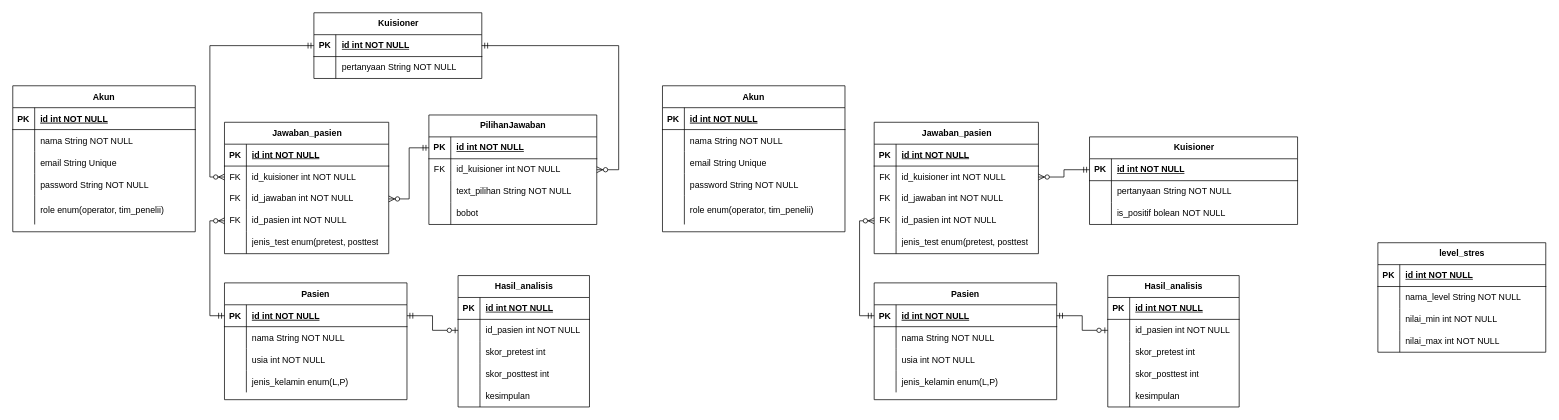
Earlier version of the draw.io diagram Untitled Diagram.drawio (zzarr/Tugas-Akhir). Source tidied: cells renumbered, new cells numbered last; positions are measured from the earlier drawing's top-left corner, leaving out a move shared by most shapes. Both pictures are drawn from the tidied source at 73%, with x=0, y=0 at pixel (12, 12).
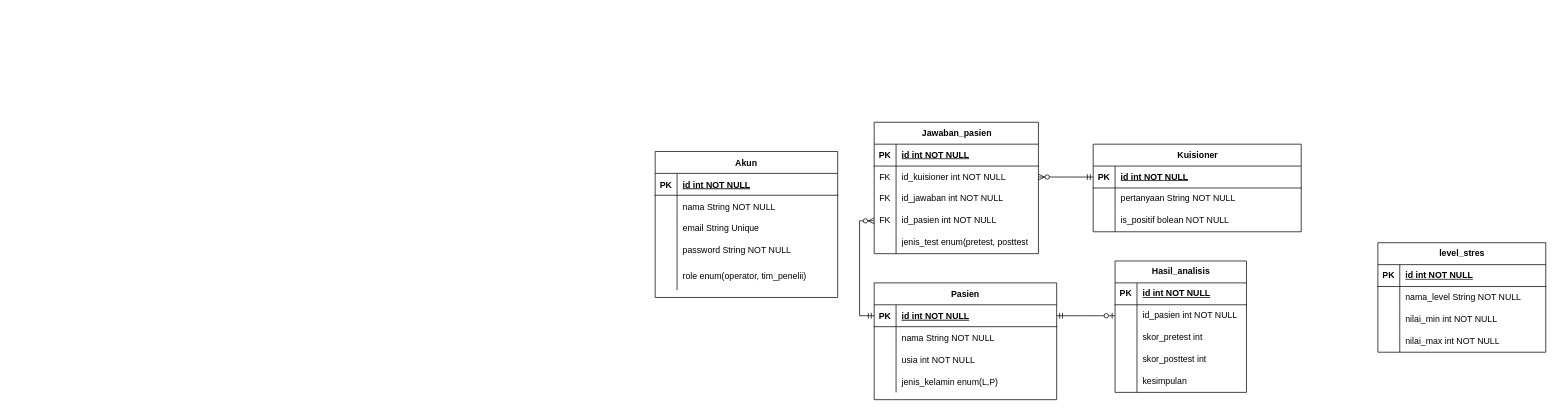
The same page after the edit.

The edit, as a diff of the source:
```diff
@@
-    <mxCell id="2" value="Pasien" style="shape=table;startSize=30;childLayout=tableLayout;rowLines=0;fontStyle=1;align=center;" parent="1" vertex="1">
-      <mxGeometry x="290" y="370" width="250" height="160" as="geometry" />
-    </mxCell>
-    <mxCell id="3" style="shape=partialRectangle;fillColor=none;points=[[0,0.5],[1,0.5]];portConstraint=eastwest;top=0;left=0;right=0;bottom=1;" parent="2" vertex="1">
-      <mxGeometry y="30" width="250" height="30" as="geometry" />
-    </mxCell>
-    <mxCell id="4" value="PK" style="shape=partialRectangle;overflow=hidden;fillColor=none;top=0;left=0;bottom=0;right=0;fontStyle=1;" parent="3" vertex="1">
-      <mxGeometry width="30" height="30" as="geometry" />
-    </mxCell>
-    <mxCell id="5" value="id int NOT NULL" style="shape=partialRectangle;overflow=hidden;fillColor=none;top=0;left=0;bottom=0;right=0;align=left;spacingLeft=6;fontStyle=5;" parent="3" vertex="1">
-      <mxGeometry x="30" width="220" height="30" as="geometry" />
-    </mxCell>
-    <mxCell id="6" style="shape=partialRectangle;fillColor=none;top=0;left=0;right=0;bottom=0;" parent="2" vertex="1">
-      <mxGeometry y="60" width="250" height="30" as="geometry" />
-    </mxCell>
-    <mxCell id="7" style="shape=partialRectangle;overflow=hidden;fillColor=none;top=0;left=0;bottom=0;right=0;" parent="6" vertex="1">
-      <mxGeometry width="30" height="30" as="geometry" />
-    </mxCell>
-    <mxCell id="8" value="nama String NOT NULL" style="shape=partialRectangle;overflow=hidden;fillColor=none;top=0;left=0;bottom=0;right=0;align=left;spacingLeft=6;" parent="6" vertex="1">
-      <mxGeometry x="30" width="220" height="30" as="geometry" />
-    </mxCell>
-    <mxCell id="9" style="shape=partialRectangle;fillColor=none;top=0;left=0;right=0;bottom=0;" parent="2" vertex="1">
-      <mxGeometry y="90" width="250" height="30" as="geometry" />
-    </mxCell>
-    <mxCell id="10" style="shape=partialRectangle;overflow=hidden;fillColor=none;top=0;left=0;bottom=0;right=0;" parent="9" vertex="1">
-      <mxGeometry width="30" height="30" as="geometry" />
-    </mxCell>
-    <mxCell id="11" value="usia int NOT NULL" style="shape=partialRectangle;overflow=hidden;fillColor=none;top=0;left=0;bottom=0;right=0;align=left;spacingLeft=6;" parent="9" vertex="1">
-      <mxGeometry x="30" width="220" height="30" as="geometry" />
-    </mxCell>
-    <mxCell id="12" style="shape=partialRectangle;fillColor=none;top=0;left=0;right=0;bottom=0;" parent="2" vertex="1">
-      <mxGeometry y="120" width="250" height="30" as="geometry" />
-    </mxCell>
-    <mxCell id="13" style="shape=partialRectangle;overflow=hidden;fillColor=none;top=0;left=0;bottom=0;right=0;" parent="12" vertex="1">
-      <mxGeometry width="30" height="30" as="geometry" />
-    </mxCell>
-    <mxCell id="14" value="jenis_kelamin enum(L,P)" style="shape=partialRectangle;overflow=hidden;fillColor=none;top=0;left=0;bottom=0;right=0;align=left;spacingLeft=6;" parent="12" vertex="1">
-      <mxGeometry x="30" width="220" height="30" as="geometry" />
-    </mxCell>
-    <mxCell id="15" value="Akun" style="shape=table;startSize=30;childLayout=tableLayout;rowLines=0;fontStyle=1;align=center;" parent="1" vertex="1">
-      <mxGeometry y="100" width="250" height="200" as="geometry" />
-    </mxCell>
-    <mxCell id="16" style="shape=partialRectangle;fillColor=none;top=0;left=0;right=0;bottom=1;" parent="15" vertex="1">
-      <mxGeometry y="30" width="250" height="30" as="geometry" />
-    </mxCell>
-    <mxCell id="17" value="PK" style="shape=partialRectangle;overflow=hidden;fillColor=none;top=0;left=0;bottom=0;right=0;fontStyle=1;" parent="16" vertex="1">
-      <mxGeometry width="30" height="30" as="geometry" />
-    </mxCell>
-    <mxCell id="18" value="id int NOT NULL" style="shape=partialRectangle;overflow=hidden;fillColor=none;top=0;left=0;bottom=0;right=0;align=left;spacingLeft=6;fontStyle=5;" parent="16" vertex="1">
-      <mxGeometry x="30" width="220" height="30" as="geometry" />
-    </mxCell>
-    <mxCell id="19" style="shape=partialRectangle;fillColor=none;top=0;left=0;right=0;bottom=0;" parent="15" vertex="1">
-      <mxGeometry y="60" width="250" height="30" as="geometry" />
-    </mxCell>
-    <mxCell id="20" style="shape=partialRectangle;overflow=hidden;fillColor=none;top=0;left=0;bottom=0;right=0;" parent="19" vertex="1">
-      <mxGeometry width="30" height="30" as="geometry" />
-    </mxCell>
-    <mxCell id="21" value="nama String NOT NULL" style="shape=partialRectangle;overflow=hidden;fillColor=none;top=0;left=0;bottom=0;right=0;align=left;spacingLeft=6;" parent="19" vertex="1">
-      <mxGeometry x="30" width="220" height="30" as="geometry" />
-    </mxCell>
-    <mxCell id="22" style="shape=partialRectangle;fillColor=none;top=0;left=0;right=0;bottom=0;" parent="15" vertex="1">
-      <mxGeometry y="90" width="250" height="30" as="geometry" />
-    </mxCell>
-    <mxCell id="23" style="shape=partialRectangle;overflow=hidden;fillColor=none;top=0;left=0;bottom=0;right=0;" parent="22" vertex="1">
-      <mxGeometry width="30" height="30" as="geometry" />
-    </mxCell>
-    <mxCell id="24" value="email String Unique" style="shape=partialRectangle;overflow=hidden;fillColor=none;top=0;left=0;bottom=0;right=0;align=left;spacingLeft=6;" parent="22" vertex="1">
-      <mxGeometry x="30" width="220" height="30" as="geometry" />
-    </mxCell>
-    <mxCell id="25" style="shape=partialRectangle;fillColor=none;top=0;left=0;right=0;bottom=0;" parent="15" vertex="1">
-      <mxGeometry y="120" width="250" height="30" as="geometry" />
-    </mxCell>
-    <mxCell id="26" style="shape=partialRectangle;overflow=hidden;fillColor=none;top=0;left=0;bottom=0;right=0;" parent="25" vertex="1">
-      <mxGeometry width="30" height="30" as="geometry" />
-    </mxCell>
-    <mxCell id="27" value="password String NOT NULL" style="shape=partialRectangle;overflow=hidden;fillColor=none;top=0;left=0;bottom=0;right=0;align=left;spacingLeft=6;" parent="25" vertex="1">
-      <mxGeometry x="30" width="220" height="30" as="geometry" />
-    </mxCell>
-    <mxCell id="28" style="shape=partialRectangle;fillColor=none;top=0;left=0;right=0;bottom=0;" parent="15" vertex="1">
-      <mxGeometry y="150" width="250" height="40" as="geometry" />
-    </mxCell>
-    <mxCell id="29" style="shape=partialRectangle;overflow=hidden;fillColor=none;top=0;left=0;bottom=0;right=0;" parent="28" vertex="1">
-      <mxGeometry width="30" height="40" as="geometry" />
-    </mxCell>
-    <mxCell id="30" value="role enum(operator, tim_penelii)" style="shape=partialRectangle;overflow=hidden;fillColor=none;top=0;left=0;bottom=0;right=0;align=left;spacingLeft=6;" parent="28" vertex="1">
-      <mxGeometry x="30" width="220" height="40" as="geometry" />
-    </mxCell>
-    <mxCell id="31" value="Kuisioner" style="shape=table;startSize=30;childLayout=tableLayout;rowLines=0;fontStyle=1;align=center;html=1;" parent="1" vertex="1">
-      <mxGeometry x="412.5" width="230" height="90" as="geometry" />
-    </mxCell>
-    <mxCell id="32" style="shape=tableRow;horizontal=0;startSize=0;swimlaneHead=0;swimlaneBody=0;fillColor=none;points=[[0,0.5],[1,0.5]];portConstraint=eastwest;top=0;left=0;right=0;bottom=1;" parent="31" vertex="1">
-      <mxGeometry y="30" width="230" height="30" as="geometry" />
-    </mxCell>
-    <mxCell id="33" value="PK" style="shape=partialRectangle;fillColor=none;top=0;left=0;bottom=0;right=0;fontStyle=1;overflow=hidden;whiteSpace=wrap;html=1;" parent="32" vertex="1">
-      <mxGeometry width="30" height="30" as="geometry" />
-    </mxCell>
-    <mxCell id="34" value="id int NOT NULL" style="shape=partialRectangle;fillColor=none;top=0;left=0;bottom=0;right=0;align=left;spacingLeft=6;fontStyle=5;overflow=hidden;whiteSpace=wrap;html=1;" parent="32" vertex="1">
-      <mxGeometry x="30" width="200" height="30" as="geometry" />
-    </mxCell>
-    <mxCell id="35" style="shape=tableRow;horizontal=0;startSize=0;swimlaneHead=0;swimlaneBody=0;fillColor=none;top=0;left=0;right=0;bottom=0;" parent="31" vertex="1">
-      <mxGeometry y="60" width="230" height="30" as="geometry" />
-    </mxCell>
-    <mxCell id="36" style="shape=partialRectangle;fillColor=none;top=0;left=0;bottom=0;right=0;overflow=hidden;whiteSpace=wrap;html=1;" parent="35" vertex="1">
-      <mxGeometry width="30" height="30" as="geometry" />
-    </mxCell>
-    <mxCell id="37" value="pertanyaan String NOT NULL" style="shape=partialRectangle;fillColor=none;top=0;left=0;bottom=0;right=0;align=left;spacingLeft=6;overflow=hidden;whiteSpace=wrap;html=1;" parent="35" vertex="1">
-      <mxGeometry x="30" width="200" height="30" as="geometry" />
-    </mxCell>
-    <mxCell id="38" value="PilihanJawaban" style="shape=table;startSize=30;childLayout=tableLayout;rowLines=0;fontStyle=1;align=center;html=1;" parent="1" vertex="1">
-      <mxGeometry x="570" y="140" width="230" height="150" as="geometry" />
-    </mxCell>
-    <mxCell id="39" style="shape=tableRow;horizontal=0;startSize=0;swimlaneHead=0;swimlaneBody=0;fillColor=none;points=[[0,0.5],[1,0.5]];portConstraint=eastwest;top=0;left=0;right=0;bottom=1;" parent="38" vertex="1">
-      <mxGeometry y="30" width="230" height="30" as="geometry" />
-    </mxCell>
-    <mxCell id="40" value="PK" style="shape=partialRectangle;fillColor=none;top=0;left=0;bottom=0;right=0;fontStyle=1;overflow=hidden;whiteSpace=wrap;html=1;" parent="39" vertex="1">
-      <mxGeometry width="30" height="30" as="geometry" />
-    </mxCell>
-    <mxCell id="41" value="id int NOT NULL" style="shape=partialRectangle;fillColor=none;top=0;left=0;bottom=0;right=0;align=left;spacingLeft=6;fontStyle=5;overflow=hidden;whiteSpace=wrap;html=1;" parent="39" vertex="1">
-      <mxGeometry x="30" width="200" height="30" as="geometry" />
-    </mxCell>
-    <mxCell id="42" style="shape=tableRow;horizontal=0;startSize=0;swimlaneHead=0;swimlaneBody=0;fillColor=none;points=[[0,0.5],[1,0.5]];portConstraint=eastwest;top=0;left=0;right=0;bottom=0;" parent="38" vertex="1">
-      <mxGeometry y="60" width="230" height="30" as="geometry" />
-    </mxCell>
-    <mxCell id="43" value="FK" style="shape=partialRectangle;fillColor=none;top=0;left=0;bottom=0;right=0;overflow=hidden;whiteSpace=wrap;html=1;" parent="42" vertex="1">
-      <mxGeometry width="30" height="30" as="geometry" />
-    </mxCell>
-    <mxCell id="44" value="id_kuisioner int NOT NULL" style="shape=partialRectangle;fillColor=none;top=0;left=0;bottom=0;right=0;align=left;spacingLeft=6;overflow=hidden;whiteSpace=wrap;html=1;" parent="42" vertex="1">
-      <mxGeometry x="30" width="200" height="30" as="geometry" />
-    </mxCell>
-    <mxCell id="45" style="shape=tableRow;horizontal=0;startSize=0;swimlaneHead=0;swimlaneBody=0;fillColor=none;top=0;left=0;right=0;bottom=0;" parent="38" vertex="1">
-      <mxGeometry y="90" width="230" height="30" as="geometry" />
-    </mxCell>
-    <mxCell id="46" style="shape=partialRectangle;fillColor=none;top=0;left=0;bottom=0;right=0;overflow=hidden;whiteSpace=wrap;html=1;" parent="45" vertex="1">
-      <mxGeometry width="30" height="30" as="geometry" />
-    </mxCell>
-    <mxCell id="47" value="text_pilihan String NOT NULL" style="shape=partialRectangle;fillColor=none;top=0;left=0;bottom=0;right=0;align=left;spacingLeft=6;overflow=hidden;whiteSpace=wrap;html=1;" parent="45" vertex="1">
-      <mxGeometry x="30" width="200" height="30" as="geometry" />
-    </mxCell>
-    <mxCell id="48" style="shape=tableRow;horizontal=0;startSize=0;swimlaneHead=0;swimlaneBody=0;fillColor=none;top=0;left=0;right=0;bottom=0;" parent="38" vertex="1">
-      <mxGeometry y="120" width="230" height="30" as="geometry" />
-    </mxCell>
-    <mxCell id="49" style="shape=partialRectangle;fillColor=none;top=0;left=0;bottom=0;right=0;overflow=hidden;whiteSpace=wrap;html=1;" parent="48" vertex="1">
-      <mxGeometry width="30" height="30" as="geometry" />
-    </mxCell>
-    <mxCell id="50" value="bobot" style="shape=partialRectangle;fillColor=none;top=0;left=0;bottom=0;right=0;align=left;spacingLeft=6;overflow=hidden;whiteSpace=wrap;html=1;" parent="48" vertex="1">
-      <mxGeometry x="30" width="200" height="30" as="geometry" />
-    </mxCell>
-    <mxCell id="51" value="Jawaban_pasien" style="shape=table;startSize=30;childLayout=tableLayout;rowLines=0;fontStyle=1;align=center;html=1;" parent="1" vertex="1">
-      <mxGeometry x="290" y="150" width="225" height="180" as="geometry" />
-    </mxCell>
-    <mxCell id="52" style="shape=tableRow;horizontal=0;startSize=0;swimlaneHead=0;swimlaneBody=0;fillColor=none;top=0;left=0;right=0;bottom=1;" parent="51" vertex="1">
-      <mxGeometry y="30" width="225" height="30" as="geometry" />
-    </mxCell>
-    <mxCell id="53" value="PK" style="shape=partialRectangle;fillColor=none;top=0;left=0;bottom=0;right=0;fontStyle=1;overflow=hidden;whiteSpace=wrap;html=1;" parent="52" vertex="1">
-      <mxGeometry width="30" height="30" as="geometry" />
-    </mxCell>
-    <mxCell id="54" value="id int NOT NULL" style="shape=partialRectangle;fillColor=none;top=0;left=0;bottom=0;right=0;align=left;spacingLeft=6;fontStyle=5;overflow=hidden;whiteSpace=wrap;html=1;" parent="52" vertex="1">
-      <mxGeometry x="30" width="195" height="30" as="geometry" />
-    </mxCell>
-    <mxCell id="55" style="shape=tableRow;horizontal=0;startSize=0;swimlaneHead=0;swimlaneBody=0;fillColor=none;points=[[0,0.5],[1,0.5]];portConstraint=eastwest;top=0;left=0;right=0;bottom=0;" parent="51" vertex="1">
-      <mxGeometry y="60" width="225" height="30" as="geometry" />
-    </mxCell>
-    <mxCell id="56" value="FK" style="shape=partialRectangle;fillColor=none;top=0;left=0;bottom=0;right=0;overflow=hidden;whiteSpace=wrap;html=1;" parent="55" vertex="1">
-      <mxGeometry width="30" height="30" as="geometry" />
-    </mxCell>
-    <mxCell id="57" value="id_kuisioner int NOT NULL" style="shape=partialRectangle;fillColor=none;top=0;left=0;bottom=0;right=0;align=left;spacingLeft=6;overflow=hidden;whiteSpace=wrap;html=1;" parent="55" vertex="1">
-      <mxGeometry x="30" width="195" height="30" as="geometry" />
-    </mxCell>
-    <mxCell id="58" style="shape=tableRow;horizontal=0;startSize=0;swimlaneHead=0;swimlaneBody=0;fillColor=none;points=[[0,0.5],[1,0.5]];portConstraint=eastwest;top=0;left=0;right=0;bottom=0;" parent="51" vertex="1">
-      <mxGeometry y="90" width="225" height="30" as="geometry" />
-    </mxCell>
-    <mxCell id="59" value="FK" style="shape=partialRectangle;fillColor=none;top=0;left=0;bottom=0;right=0;overflow=hidden;whiteSpace=wrap;html=1;" parent="58" vertex="1">
-      <mxGeometry width="30" height="30" as="geometry" />
-    </mxCell>
-    <mxCell id="60" value="id_jawaban int NOT NULL" style="shape=partialRectangle;fillColor=none;top=0;left=0;bottom=0;right=0;align=left;spacingLeft=6;overflow=hidden;whiteSpace=wrap;html=1;" parent="58" vertex="1">
-      <mxGeometry x="30" width="195" height="30" as="geometry" />
-    </mxCell>
-    <mxCell id="61" style="shape=tableRow;horizontal=0;startSize=0;swimlaneHead=0;swimlaneBody=0;fillColor=none;points=[[0,0.5],[1,0.5]];portConstraint=eastwest;top=0;left=0;right=0;bottom=0;" parent="51" vertex="1">
-      <mxGeometry y="120" width="225" height="30" as="geometry" />
-    </mxCell>
-    <mxCell id="62" value="FK" style="shape=partialRectangle;fillColor=none;top=0;left=0;bottom=0;right=0;overflow=hidden;whiteSpace=wrap;html=1;" parent="61" vertex="1">
-      <mxGeometry width="30" height="30" as="geometry" />
-    </mxCell>
-    <mxCell id="63" value="id_pasien int NOT NULL" style="shape=partialRectangle;fillColor=none;top=0;left=0;bottom=0;right=0;align=left;spacingLeft=6;overflow=hidden;whiteSpace=wrap;html=1;" parent="61" vertex="1">
-      <mxGeometry x="30" width="195" height="30" as="geometry" />
-    </mxCell>
-    <mxCell id="64" style="shape=tableRow;horizontal=0;startSize=0;swimlaneHead=0;swimlaneBody=0;fillColor=none;top=0;left=0;right=0;bottom=0;" parent="51" vertex="1">
-      <mxGeometry y="150" width="225" height="30" as="geometry" />
-    </mxCell>
-    <mxCell id="65" style="shape=partialRectangle;fillColor=none;top=0;left=0;bottom=0;right=0;overflow=hidden;whiteSpace=wrap;html=1;" parent="64" vertex="1">
-      <mxGeometry width="30" height="30" as="geometry" />
-    </mxCell>
-    <mxCell id="66" value="jenis_test enum(pretest, posttest" style="shape=partialRectangle;fillColor=none;top=0;left=0;bottom=0;right=0;align=left;spacingLeft=6;overflow=hidden;whiteSpace=wrap;html=1;" parent="64" vertex="1">
-      <mxGeometry x="30" width="195" height="30" as="geometry" />
-    </mxCell>
-    <mxCell id="67" style="edgeStyle=elbowEdgeStyle;fontSize=12;html=1;endArrow=ERzeroToMany;startArrow=ERmandOne;rounded=0;exitX=0;exitY=0.5;exitDx=0;exitDy=0;entryX=0;entryY=0.5;entryDx=0;entryDy=0;" parent="1" edge="1" source="32" target="55">
-      <mxGeometry relative="1" as="geometry">
-        <Array as="points">
-          <mxPoint x="270" y="70" />
-        </Array>
-      </mxGeometry>
-    </mxCell>
-    <mxCell id="68" style="edgeStyle=elbowEdgeStyle;fontSize=12;html=1;endArrow=ERzeroToMany;startArrow=ERmandOne;rounded=0;exitX=1;exitY=0.5;exitDx=0;exitDy=0;entryX=1;entryY=0.5;entryDx=0;entryDy=0;" parent="1" edge="1" source="32" target="42">
-      <mxGeometry relative="1" as="geometry">
-        <Array as="points">
-          <mxPoint x="830" y="130" />
-        </Array>
-      </mxGeometry>
-    </mxCell>
-    <mxCell id="69" style="edgeStyle=elbowEdgeStyle;fontSize=12;html=1;endArrow=ERzeroToMany;startArrow=ERmandOne;rounded=0;entryX=1;entryY=0.5;entryDx=0;entryDy=0;exitX=0;exitY=0.5;exitDx=0;exitDy=0;" parent="1" edge="1" source="39" target="58">
-      <mxGeometry relative="1" as="geometry" />
-    </mxCell>
-    <mxCell id="70" style="edgeStyle=elbowEdgeStyle;fontSize=12;html=1;endArrow=ERzeroToMany;startArrow=ERmandOne;rounded=0;entryX=0;entryY=0.5;entryDx=0;entryDy=0;exitX=0;exitY=0.5;exitDx=0;exitDy=0;" parent="1" edge="1" source="3" target="61">
-      <mxGeometry relative="1" as="geometry">
-        <Array as="points">
-          <mxPoint x="270" y="290" />
-        </Array>
-      </mxGeometry>
-    </mxCell>
-    <mxCell id="71" value="Hasil_analisis" style="shape=table;startSize=30;childLayout=tableLayout;rowLines=0;fontStyle=1;align=center;html=1;" parent="1" vertex="1">
-      <mxGeometry x="610" y="360" width="180" height="180" as="geometry" />
-    </mxCell>
-    <mxCell id="72" style="shape=tableRow;horizontal=0;startSize=0;swimlaneHead=0;swimlaneBody=0;fillColor=none;top=0;left=0;right=0;bottom=1;" parent="71" vertex="1">
-      <mxGeometry y="30" width="180" height="30" as="geometry" />
-    </mxCell>
-    <mxCell id="73" value="PK" style="shape=partialRectangle;fillColor=none;top=0;left=0;bottom=0;right=0;fontStyle=1;overflow=hidden;whiteSpace=wrap;html=1;" parent="72" vertex="1">
-      <mxGeometry width="30" height="30" as="geometry" />
-    </mxCell>
-    <mxCell id="74" value="id int NOT NULL" style="shape=partialRectangle;fillColor=none;top=0;left=0;bottom=0;right=0;align=left;spacingLeft=6;fontStyle=5;overflow=hidden;whiteSpace=wrap;html=1;" parent="72" vertex="1">
-      <mxGeometry x="30" width="150" height="30" as="geometry" />
-    </mxCell>
-    <mxCell id="75" style="shape=tableRow;horizontal=0;startSize=0;swimlaneHead=0;swimlaneBody=0;fillColor=none;points=[[0,0.5],[1,0.5]];portConstraint=eastwest;top=0;left=0;right=0;bottom=0;" parent="71" vertex="1">
-      <mxGeometry y="60" width="180" height="30" as="geometry" />
-    </mxCell>
-    <mxCell id="76" style="shape=partialRectangle;fillColor=none;top=0;left=0;bottom=0;right=0;overflow=hidden;whiteSpace=wrap;html=1;" parent="75" vertex="1">
-      <mxGeometry width="30" height="30" as="geometry" />
-    </mxCell>
-    <mxCell id="77" value="id_pasien int NOT NULL" style="shape=partialRectangle;fillColor=none;top=0;left=0;bottom=0;right=0;align=left;spacingLeft=6;overflow=hidden;whiteSpace=wrap;html=1;" parent="75" vertex="1">
-      <mxGeometry x="30" width="150" height="30" as="geometry" />
-    </mxCell>
-    <mxCell id="78" style="shape=tableRow;horizontal=0;startSize=0;swimlaneHead=0;swimlaneBody=0;fillColor=none;top=0;left=0;right=0;bottom=0;" parent="71" vertex="1">
-      <mxGeometry y="90" width="180" height="30" as="geometry" />
-    </mxCell>
-    <mxCell id="79" style="shape=partialRectangle;fillColor=none;top=0;left=0;bottom=0;right=0;overflow=hidden;whiteSpace=wrap;html=1;" parent="78" vertex="1">
-      <mxGeometry width="30" height="30" as="geometry" />
-    </mxCell>
-    <mxCell id="80" value="skor_pretest int&amp;nbsp;" style="shape=partialRectangle;fillColor=none;top=0;left=0;bottom=0;right=0;align=left;spacingLeft=6;overflow=hidden;whiteSpace=wrap;html=1;" parent="78" vertex="1">
-      <mxGeometry x="30" width="150" height="30" as="geometry" />
-    </mxCell>
-    <mxCell id="81" style="shape=tableRow;horizontal=0;startSize=0;swimlaneHead=0;swimlaneBody=0;fillColor=none;top=0;left=0;right=0;bottom=0;" parent="71" vertex="1">
-      <mxGeometry y="120" width="180" height="30" as="geometry" />
-    </mxCell>
-    <mxCell id="82" style="shape=partialRectangle;fillColor=none;top=0;left=0;bottom=0;right=0;overflow=hidden;whiteSpace=wrap;html=1;" parent="81" vertex="1">
-      <mxGeometry width="30" height="30" as="geometry" />
-    </mxCell>
-    <mxCell id="83" value="skor_posttest int" style="shape=partialRectangle;fillColor=none;top=0;left=0;bottom=0;right=0;align=left;spacingLeft=6;overflow=hidden;whiteSpace=wrap;html=1;" parent="81" vertex="1">
-      <mxGeometry x="30" width="150" height="30" as="geometry" />
-    </mxCell>
-    <mxCell id="84" style="shape=tableRow;horizontal=0;startSize=0;swimlaneHead=0;swimlaneBody=0;fillColor=none;top=0;left=0;right=0;bottom=0;" parent="71" vertex="1">
-      <mxGeometry y="150" width="180" height="30" as="geometry" />
-    </mxCell>
-    <mxCell id="85" style="shape=partialRectangle;fillColor=none;top=0;left=0;bottom=0;right=0;overflow=hidden;whiteSpace=wrap;html=1;" parent="84" vertex="1">
-      <mxGeometry width="30" height="30" as="geometry" />
-    </mxCell>
-    <mxCell id="86" value="kesimpulan" style="shape=partialRectangle;fillColor=none;top=0;left=0;bottom=0;right=0;align=left;spacingLeft=6;overflow=hidden;whiteSpace=wrap;html=1;" parent="84" vertex="1">
-      <mxGeometry x="30" width="150" height="30" as="geometry" />
-    </mxCell>
-    <mxCell id="87" style="edgeStyle=elbowEdgeStyle;fontSize=12;html=1;endArrow=ERzeroToOne;startArrow=ERmandOne;rounded=0;exitX=1;exitY=0.5;exitDx=0;exitDy=0;entryX=0;entryY=0.5;entryDx=0;entryDy=0;" parent="1" edge="1" source="3" target="75">
-      <mxGeometry relative="1" as="geometry" />
-    </mxCell>
@@
     <mxCell id="101" value="Akun" style="shape=table;startSize=30;childLayout=tableLayout;rowLines=0;fontStyle=1;align=center;" parent="1" vertex="1">
-      <mxGeometry x="890" y="100" width="250" height="200" as="geometry" />
+      <mxGeometry x="880" y="190" width="250" height="200" as="geometry" />
     </mxCell>
@@
     <mxCell id="117" value="Kuisioner" style="shape=table;startSize=30;childLayout=tableLayout;rowLines=0;fontStyle=1;align=center;html=1;" parent="1" vertex="1">
-      <mxGeometry x="1475" y="170" width="285" height="120" as="geometry" />
+      <mxGeometry x="1480" y="180" width="285" height="120" as="geometry" />
     </mxCell>
@@
     <mxCell id="144" value="Hasil_analisis" style="shape=table;startSize=30;childLayout=tableLayout;rowLines=0;fontStyle=1;align=center;html=1;" parent="1" vertex="1">
-      <mxGeometry x="1500" y="360" width="180" height="180" as="geometry" />
+      <mxGeometry x="1510" y="340" width="180" height="180" as="geometry" />
     </mxCell>
```
